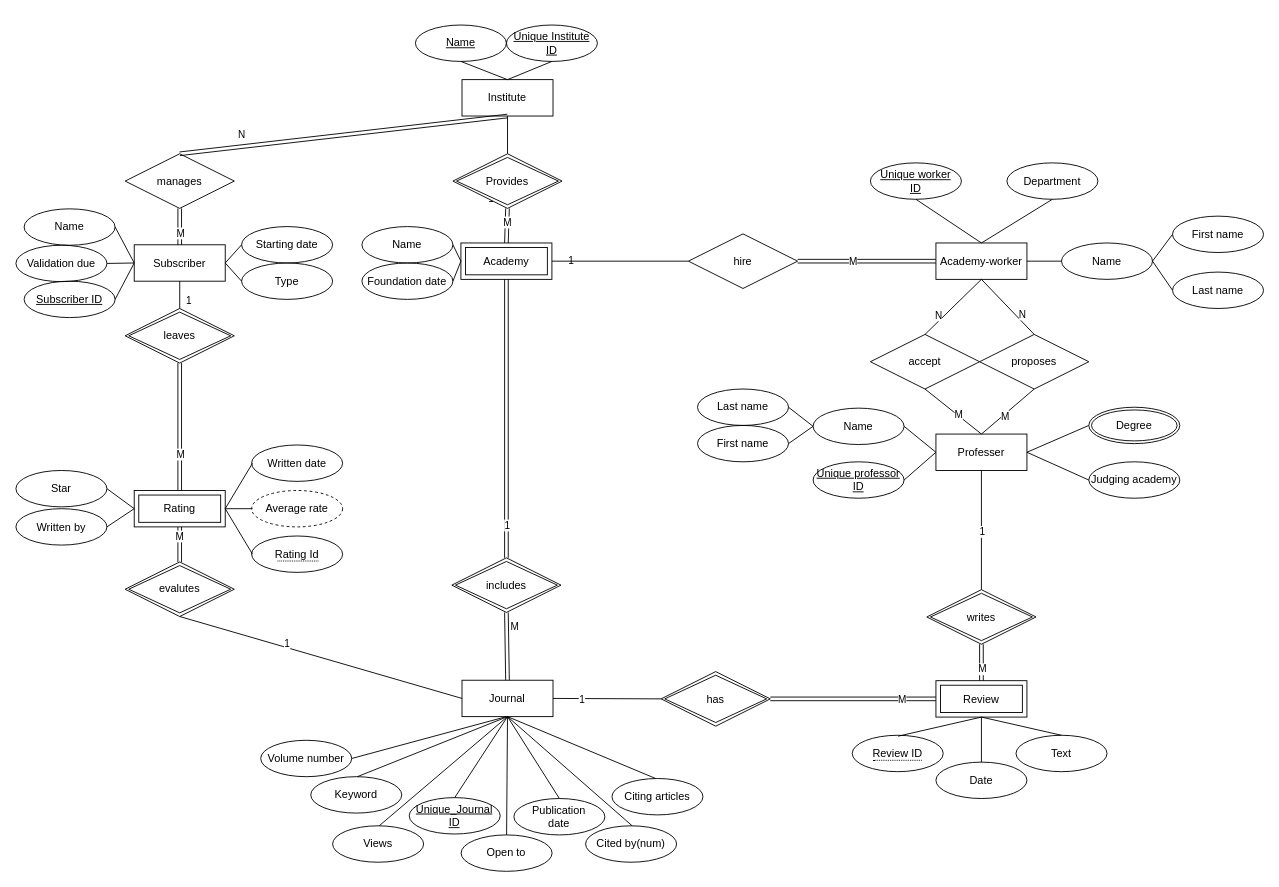
Before: 학교과제/seo.drawio in waroad/Problem-Solving, a draw.io diagram. Source tidied: cells renumbered, new cells numbered last; positions are measured from the earlier drawing's top-left corner, leaving out a move shared by most shapes. Both pictures are drawn from the tidied source at 91%, with x=0, y=0 at pixel (15, 25).
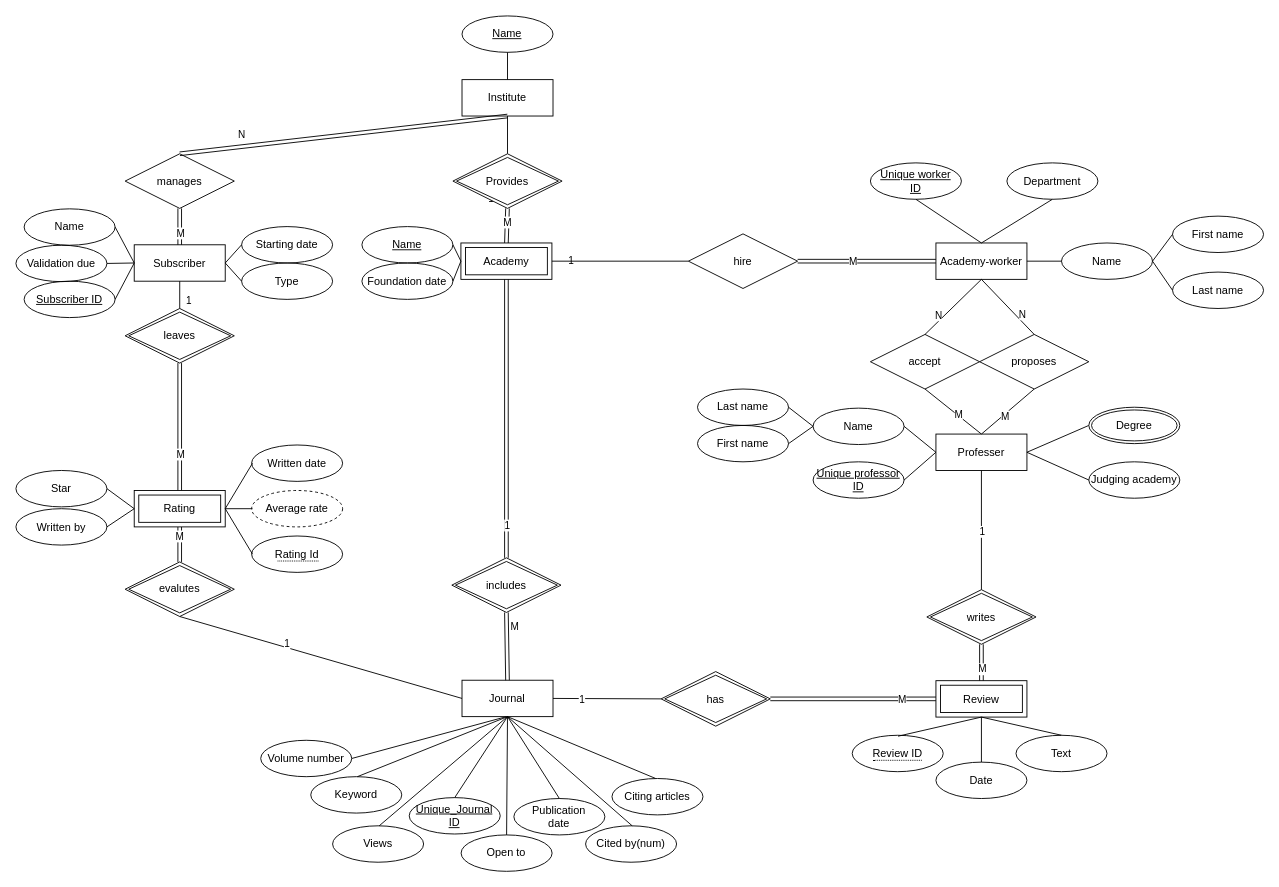
The same diagram, later.

The change refers to these unchanged cells:
```xml
<mxCell id="3" value="Institute" style="whiteSpace=wrap;html=1;align=center;direction=west;" parent="1" vertex="1">
  <mxGeometry x="490.2" y="60" width="100" height="40" as="geometry" />
</mxCell>
```

Change to the diagram source:
```diff
@@
-    <mxCell id="33" value="Name" style="ellipse;whiteSpace=wrap;html=1;align=center;fillColor=none;gradientColor=default;" parent="1" vertex="1">
+    <mxCell id="33" value="&lt;u&gt;Name&lt;/u&gt;" style="ellipse;whiteSpace=wrap;html=1;align=center;fillColor=none;gradientColor=default;" parent="1" vertex="1">
       <mxGeometry x="380.2" y="221.5" width="100" height="40" as="geometry" />
     </mxCell>
@@
     <mxCell id="42" value="Name" style="ellipse;whiteSpace=wrap;html=1;align=center;fontStyle=4;fillColor=none;gradientColor=default;" parent="1" vertex="1">
-      <mxGeometry x="439" width="100" height="40" as="geometry" />
+      <mxGeometry x="490.2" y="-10" width="100" height="40" as="geometry" />
     </mxCell>
-    <mxCell id="43" value="&lt;u&gt;Unique Institute&lt;br&gt;ID&lt;/u&gt;" style="ellipse;whiteSpace=wrap;html=1;align=center;fillColor=none;gradientColor=default;" parent="1" vertex="1">
-      <mxGeometry x="539" width="100" height="40" as="geometry" />
-    </mxCell>
@@
-    <mxCell id="92" style="endArrow=none;html=1;rounded=0;entryX=0.5;entryY=1;entryDx=0;entryDy=0;exitX=0.5;exitY=1;exitDx=0;exitDy=0;" parent="1" edge="1" source="43" target="3">
-      <mxGeometry relative="1" as="geometry" />
-    </mxCell>
```
